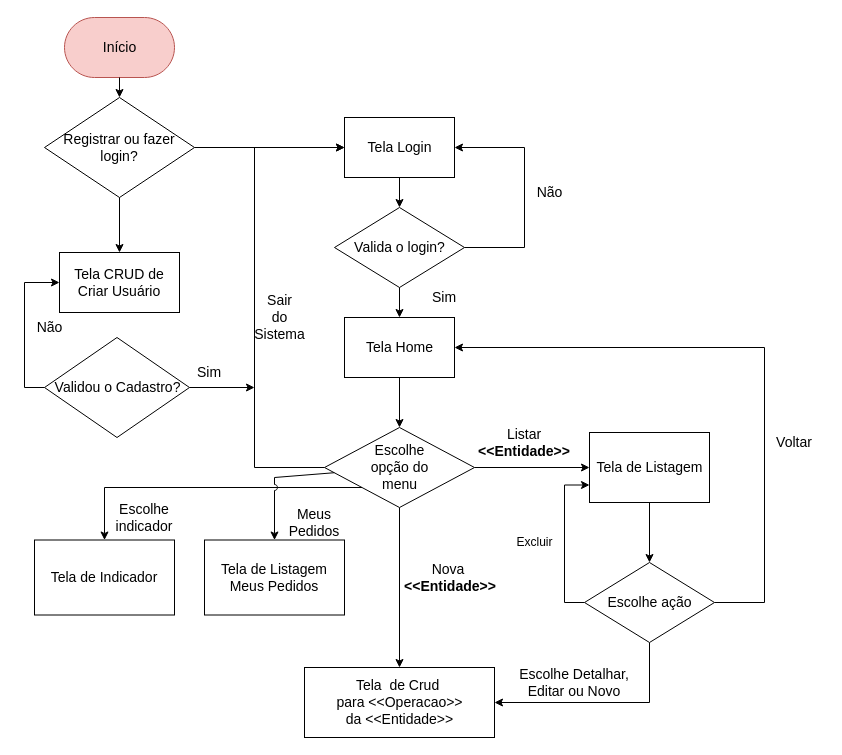
Above: page "Diagrama de fluxo" (1 of 7) of projeto/documentacao/wireframes.drawio in adjamirgalvao/pucminas (draw.io), before the change. Source tidied: cells renumbered, new cells numbered last; positions are measured from the earlier drawing's top-left corner, leaving out a move shared by most shapes. Both pictures are drawn from the tidied source at 100%, with x=0, y=0 at pixel (24, 17).
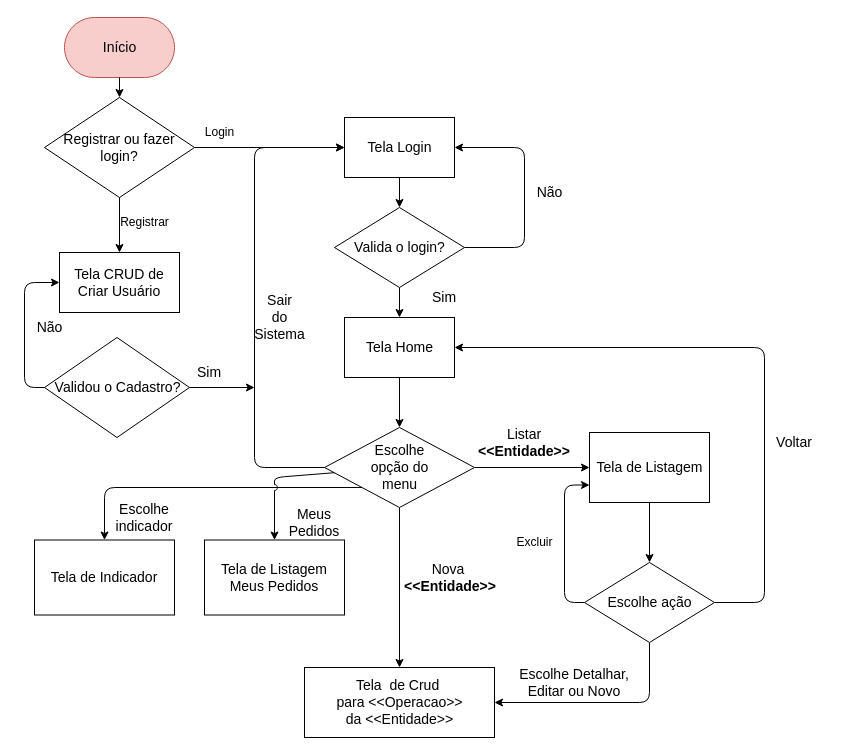
The same page after the edit.

Unchanged cells that the change refers to:
```xml
<mxCell id="3" value="Tela Login" style="html=1;dashed=0;whitespace=wrap;fontSize=14;" parent="1" vertex="1">
  <mxGeometry x="320" y="100" width="110" height="60" as="geometry" />
</mxCell>
<mxCell id="5" value="Valida o login?" style="shape=rhombus;html=1;dashed=0;whitespace=wrap;perimeter=rhombusPerimeter;fontSize=14;" parent="1" vertex="1">
  <mxGeometry x="310" y="190" width="130" height="80" as="geometry" />
</mxCell>
<mxCell id="9" value="Tela Home" style="html=1;dashed=0;whitespace=wrap;fontSize=14;" parent="1" vertex="1">
  <mxGeometry x="320" y="300" width="110" height="60" as="geometry" />
</mxCell>
<mxCell id="13" value="Escolhe &lt;br&gt;opção do &lt;br&gt;menu" style="shape=rhombus;html=1;dashed=0;whitespace=wrap;perimeter=rhombusPerimeter;fontSize=14;" parent="1" vertex="1">
  <mxGeometry x="300" y="410" width="150" height="80" as="geometry" />
</mxCell>
<mxCell id="15" value="Tela de Listagem" style="html=1;dashed=0;whitespace=wrap;fontSize=14;" parent="1" vertex="1">
  <mxGeometry x="565" y="415" width="120" height="70" as="geometry" />
</mxCell>
<mxCell id="20" value="Escolhe ação" style="shape=rhombus;html=1;dashed=0;whitespace=wrap;perimeter=rhombusPerimeter;fontSize=14;" parent="1" vertex="1">
  <mxGeometry x="560" y="545" width="130" height="80" as="geometry" />
</mxCell>
<mxCell id="21" value="Tela&amp;nbsp; de Crud&amp;nbsp;&lt;br&gt;para &amp;lt;&amp;lt;Operacao&amp;gt;&amp;gt;&lt;br&gt;da &amp;lt;&amp;lt;Entidade&amp;gt;&amp;gt;" style="html=1;dashed=0;whitespace=wrap;fontSize=14;" parent="1" vertex="1">
  <mxGeometry x="280" y="650" width="190" height="70" as="geometry" />
</mxCell>
<mxCell id="29" value="Tela de Indicador" style="rounded=0;whiteSpace=wrap;html=1;fontSize=14;" parent="1" vertex="1">
  <mxGeometry x="10" y="522.5" width="140" height="75" as="geometry" />
</mxCell>
<mxCell id="34" value="Tela CRUD de Criar Usuário" style="rounded=0;whiteSpace=wrap;html=1;fontSize=14;" parent="1" vertex="1">
  <mxGeometry x="35" y="235" width="120" height="60" as="geometry" />
</mxCell>
<mxCell id="36" value="Validou o Cadastro?" style="shape=rhombus;html=1;dashed=0;whitespace=wrap;perimeter=rhombusPerimeter;fontSize=14;" parent="1" vertex="1">
  <mxGeometry x="20" y="320" width="145" height="100" as="geometry" />
</mxCell>
<mxCell id="43" value="Tela de Listagem Meus Pedidos" style="rounded=0;whiteSpace=wrap;html=1;fontSize=14;" parent="1" vertex="1">
  <mxGeometry x="180" y="522.5" width="140" height="75" as="geometry" />
</mxCell>
```

Change to the diagram source:
```diff
@@
-    <mxCell id="6" style="endArrow=classic;html=1;rounded=0;fontSize=14;exitX=1;exitY=0.5;exitDx=0;exitDy=0;entryX=1;entryY=0.5;entryDx=0;entryDy=0;" parent="1" edge="1" source="5" target="3">
+    <mxCell id="6" style="endArrow=classic;html=1;rounded=1;fontSize=14;exitX=1;exitY=0.5;exitDx=0;exitDy=0;entryX=1;entryY=0.5;entryDx=0;entryDy=0;" parent="1" edge="1" source="5" target="3">
       <mxGeometry relative="1" as="geometry">
         <Array as="points">
           <mxPoint x="500" y="230" />
           <mxPoint x="500" y="130" />
         </Array>
       </mxGeometry>
     </mxCell>
@@
-    <mxCell id="17" style="edgeStyle=orthogonalEdgeStyle;rounded=0;jettySize=auto;html=1;entryX=1;entryY=0.5;entryDx=0;entryDy=0;fontSize=14;exitX=0.5;exitY=1;exitDx=0;exitDy=0;" parent="1" edge="1" source="20" target="21">
+    <mxCell id="17" style="edgeStyle=orthogonalEdgeStyle;rounded=1;jettySize=auto;html=1;entryX=1;entryY=0.5;entryDx=0;entryDy=0;fontSize=14;exitX=0.5;exitY=1;exitDx=0;exitDy=0;" parent="1" edge="1" source="20" target="21">
       <mxGeometry relative="1" as="geometry" />
     </mxCell>
-    <mxCell id="18" style="edgeStyle=orthogonalEdgeStyle;rounded=0;jettySize=auto;html=1;exitX=1;exitY=0.5;exitDx=0;exitDy=0;entryX=1;entryY=0.5;entryDx=0;entryDy=0;fontSize=14;" parent="1" edge="1" source="20" target="9">
+    <mxCell id="18" style="edgeStyle=orthogonalEdgeStyle;rounded=1;jettySize=auto;html=1;exitX=1;exitY=0.5;exitDx=0;exitDy=0;entryX=1;entryY=0.5;entryDx=0;entryDy=0;fontSize=14;" parent="1" edge="1" source="20" target="9">
       <mxGeometry relative="1" as="geometry">
         <Array as="points">
           <mxPoint x="740" y="585" />
           <mxPoint x="740" y="330" />
         </Array>
       </mxGeometry>
     </mxCell>
-    <mxCell id="19" style="edgeStyle=orthogonalEdgeStyle;rounded=0;jettySize=auto;html=1;exitX=0;exitY=0.5;exitDx=0;exitDy=0;entryX=0;entryY=0.75;entryDx=0;entryDy=0;startArrow=none;startFill=0;endArrow=classic;endFill=1;" parent="1" edge="1" source="20" target="15">
+    <mxCell id="19" style="edgeStyle=orthogonalEdgeStyle;rounded=1;jettySize=auto;html=1;exitX=0;exitY=0.5;exitDx=0;exitDy=0;entryX=0;entryY=0.75;entryDx=0;entryDy=0;startArrow=none;startFill=0;endArrow=classic;endFill=1;" parent="1" edge="1" source="20" target="15">
       <mxGeometry relative="1" as="geometry" />
     </mxCell>
@@
-    <mxCell id="22" style="endArrow=classic;html=1;rounded=0;fontSize=14;exitX=0;exitY=0.5;exitDx=0;exitDy=0;entryX=0;entryY=0.5;entryDx=0;entryDy=0;" parent="1" edge="1" source="13" target="3">
+    <mxCell id="22" style="endArrow=classic;html=1;rounded=1;fontSize=14;exitX=0;exitY=0.5;exitDx=0;exitDy=0;entryX=0;entryY=0.5;entryDx=0;entryDy=0;" parent="1" edge="1" source="13" target="3">
       <mxGeometry relative="1" as="geometry">
         <Array as="points">
           <mxPoint x="230" y="450" />
           <mxPoint x="230" y="130" />
         </Array>
       </mxGeometry>
     </mxCell>
@@
-    <mxCell id="28" style="endArrow=classic;html=1;rounded=0;fontSize=14;exitX=0;exitY=1;exitDx=0;exitDy=0;entryX=0.5;entryY=0;entryDx=0;entryDy=0;" parent="1" edge="1" source="13" target="29">
+    <mxCell id="28" style="endArrow=classic;html=1;rounded=1;fontSize=14;exitX=0;exitY=1;exitDx=0;exitDy=0;entryX=0.5;entryY=0;entryDx=0;entryDy=0;" parent="1" edge="1" source="13" target="29">
       <mxGeometry relative="1" as="geometry">
         <Array as="points">
           <mxPoint x="80" y="470" />
         </Array>
       </mxGeometry>
     </mxCell>
@@
-    <mxCell id="39" style="endArrow=classic;html=1;rounded=0;fontSize=14;exitX=0;exitY=0.5;exitDx=0;exitDy=0;entryX=0;entryY=0.5;entryDx=0;entryDy=0;" parent="1" edge="1" source="36" target="34">
+    <mxCell id="39" style="endArrow=classic;html=1;rounded=1;fontSize=14;exitX=0;exitY=0.5;exitDx=0;exitDy=0;entryX=0;entryY=0.5;entryDx=0;entryDy=0;" parent="1" edge="1" source="36" target="34">
       <mxGeometry relative="1" as="geometry">
         <Array as="points">
           <mxPoint y="370" />
           <mxPoint y="265" />
         </Array>
       </mxGeometry>
     </mxCell>
@@
-    <mxCell id="42" style="endArrow=classic;html=1;rounded=0;fontSize=14;entryX=0.5;entryY=0;entryDx=0;entryDy=0;jumpStyle=arc;" parent="1" edge="1" source="13" target="43">
+    <mxCell id="42" style="endArrow=classic;html=1;rounded=1;fontSize=14;entryX=0.5;entryY=0;entryDx=0;entryDy=0;jumpStyle=arc;" parent="1" edge="1" source="13" target="43">
       <mxGeometry relative="1" as="geometry">
         <Array as="points">
           <mxPoint x="250" y="460" />
         </Array>
       </mxGeometry>
     </mxCell>
@@
+    <mxCell id="45" value="Registrar" style="text;html=1;align=center;verticalAlign=middle;strokeColor=none;fillColor=none;rotation=0;" parent="1" vertex="1">
+      <mxGeometry x="85" y="190" width="70" height="30" as="geometry" />
+    </mxCell>
+    <mxCell id="46" value="Login" style="text;html=1;align=center;verticalAlign=middle;strokeColor=none;fillColor=none;rotation=0;" parent="1" vertex="1">
+      <mxGeometry x="170" y="100" width="50" height="30" as="geometry" />
+    </mxCell>
```
